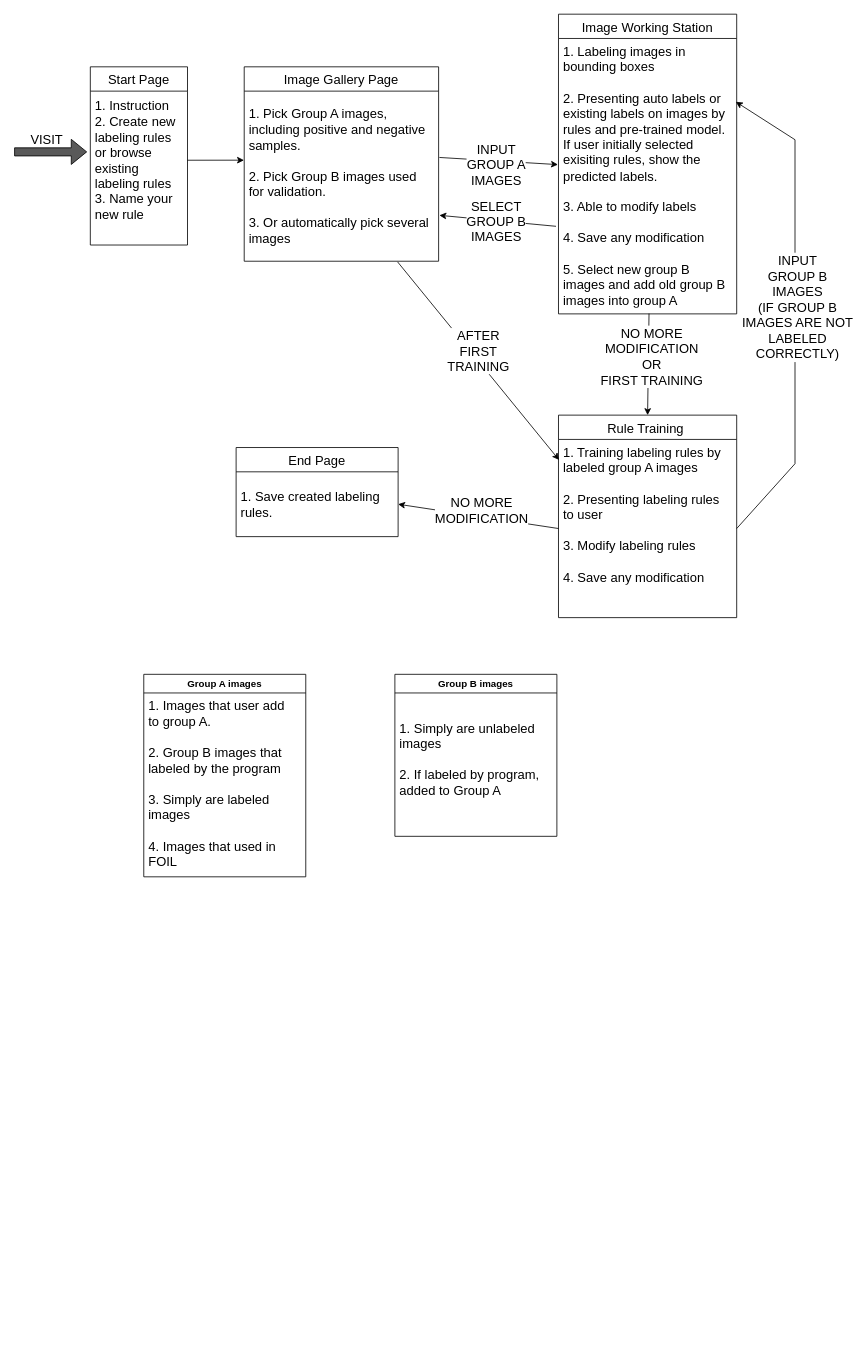
Neural-Symbolic-Image-Labeling/NSILWeb keeps this draw.io diagram as page "Scratch" (5 of 5) of architecture.drawio. Above is the earlier version. Source tidied: cells renumbered, new cells numbered last; positions are measured from the earlier drawing's top-left corner, leaving out a move shared by most shapes. Both pictures are drawn from the tidied source at 81%, with x=0, y=0 at pixel (14, 14).
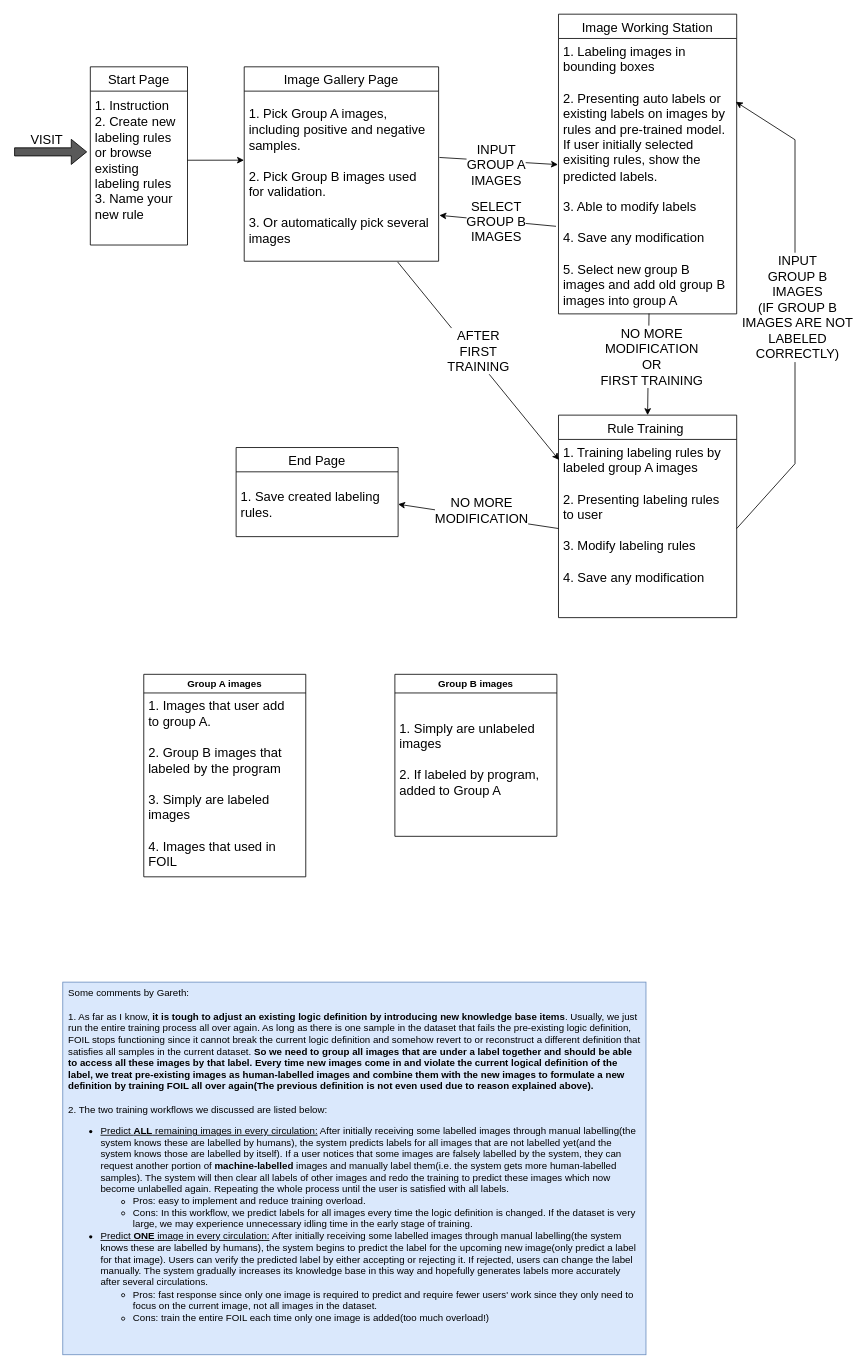
Above is the later version.

What changed in the source:
```diff
@@
+    <mxCell id="33" value="&lt;div&gt;Some comments by Gareth:&lt;/div&gt;&lt;div&gt;&lt;br&gt;&lt;/div&gt;&lt;div&gt;1. As far as I know, &lt;b&gt;it is tough to adjust an existing logic definition by introducing new knowledge base items&lt;/b&gt;. Usually, we just run the entire training process all over again. As long as there is one sample in the dataset that fails the pre-existing logic definition, FOIL stops functioning since it cannot break the current logic definition and somehow revert to or reconstruct a different definition that satisfies all samples in the current dataset. &lt;b&gt;So we need to group all images that are under a label together and should be able to access all these images by that label. Every time new images come in and violate the current logical definition of the label, we treat pre-existing images as human-labelled images and combine them with the new images to formulate a new definition by training FOIL all over again(The previous definition is not even used due to reason explained above). &lt;br&gt;&lt;/b&gt;&lt;/div&gt;&lt;div&gt;&lt;br&gt;&lt;/div&gt;&lt;div&gt;2. The two training workflows we discussed are listed below:&lt;/div&gt;&lt;div&gt;&lt;ul&gt;&lt;li&gt;&lt;u&gt;Predict &lt;b&gt;ALL&lt;/b&gt; remaining images in every circulation:&lt;/u&gt; After initially receiving  some labelled images through manual labelling(the system knows these are labelled by humans), the system predicts labels for all images that are not labelled yet(and the system knows those are labelled by itself). If a user notices that some images are falsely labelled by the system, they can request another portion of &lt;b&gt;machine-labelled&lt;/b&gt; images and manually label them(i.e. the system gets more human-labelled samples). The system will then clear all labels of other images and redo the training to predict these images which now become unlabelled again. Repeating the whole process until the user is satisfied with all labels. &lt;br&gt;&lt;/li&gt;&lt;ul&gt;&lt;li&gt;Pros: easy to implement and reduce training overload.&lt;br&gt;&lt;/li&gt;&lt;li&gt;Cons: In this workflow, we predict labels for all images every time the logic definition is changed. If the dataset is very large, we may experience unnecessary idling time in the early stage of training.&amp;nbsp;&lt;/li&gt;&lt;/ul&gt;&lt;li&gt;&lt;u&gt;Predict &lt;b&gt;ONE&lt;/b&gt; image in every circulation:&lt;/u&gt; After initially receiving  some labelled images through manual labelling(the system knows these are labelled by humans), the system begins to predict the label for the upcoming new image(only predict a label for that image). Users can verify the predicted label by either accepting or rejecting it. If rejected, users can change the label manually. The system gradually increases its knowledge base in this way and hopefully generates labels more accurately after several circulations.&lt;/li&gt;&lt;ul&gt;&lt;li&gt;Pros: fast response since only one image is required to predict and require fewer users' work since they only need to focus on the current image, not all images in the dataset. &lt;br&gt;&lt;/li&gt;&lt;li&gt;Cons: train the entire FOIL each time only one image is added(too much overload!)&lt;br&gt;&lt;/li&gt;&lt;/ul&gt;&lt;/ul&gt;&lt;/div&gt;" style="rounded=0;whiteSpace=wrap;html=1;fillColor=#dae8fc;strokeColor=#6c8ebf;align=left;verticalAlign=top;labelPosition=center;verticalLabelPosition=middle;spacingLeft=5;spacingRight=5;" parent="1" vertex="1">
+      <mxGeometry x="60" y="1195" width="720" height="460" as="geometry" />
+    </mxCell>
```
